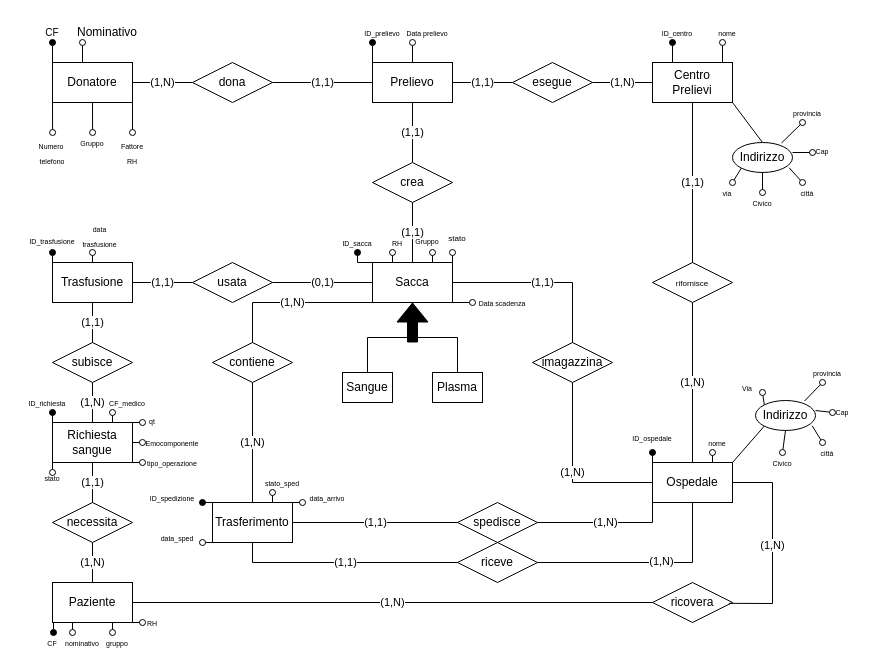
Before: BancaDelSangue.drawio in giovanniveronese07-del/ProgettoBasiDiDati, a draw.io diagram. Source tidied: cells renumbered, new cells numbered last; positions are measured from the earlier drawing's top-left corner, leaving out a move shared by most shapes. Both pictures are drawn from the tidied source at 100%, with x=0, y=0 at pixel (17, 17).
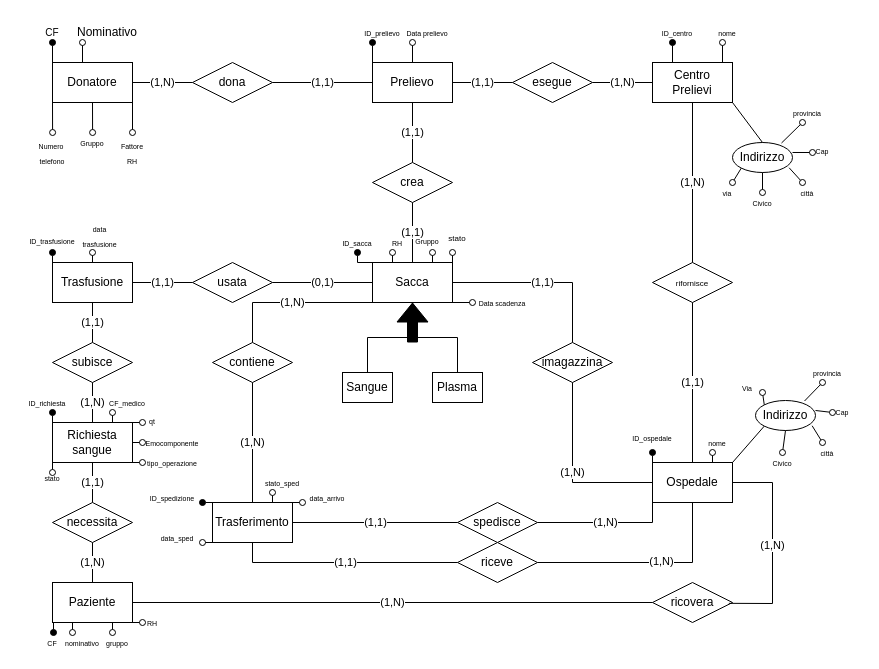
Above is the later version.

Commit message:
corresione modello ER

Unchanged cells that the change refers to:
```xml
<mxCell id="10" value="Centro&lt;div&gt;Prelievi&lt;/div&gt;" style="rounded=0;whiteSpace=wrap;html=1;" parent="1" vertex="1">
  <mxGeometry x="635" y="45" width="80" height="40" as="geometry" />
</mxCell>
<mxCell id="11" value="Ospedale" style="rounded=0;whiteSpace=wrap;html=1;" parent="1" vertex="1">
  <mxGeometry x="635" y="445" width="80" height="40" as="geometry" />
</mxCell>
<mxCell id="14" value="&lt;font style=&quot;font-size: 8px;&quot;&gt;rifornisce&lt;/font&gt;" style="rhombus;whiteSpace=wrap;html=1;" parent="1" vertex="1">
  <mxGeometry x="635" y="245" width="80" height="40" as="geometry" />
</mxCell>
```

Change to the diagram source:
```diff
@@
-    <mxCell id="46" value="(1,1)" style="endArrow=none;html=1;rounded=0;entryX=0.5;entryY=1;entryDx=0;entryDy=0;exitX=0.5;exitY=0;exitDx=0;exitDy=0;" parent="1" edge="1" source="14" target="10">
+    <mxCell id="46" value="(1,N)" style="endArrow=none;html=1;rounded=0;entryX=0.5;entryY=1;entryDx=0;entryDy=0;exitX=0.5;exitY=0;exitDx=0;exitDy=0;" parent="1" edge="1" source="14" target="10">
       <mxGeometry relative="1" as="geometry" />
     </mxCell>
-    <mxCell id="47" value="(1,N)" style="endArrow=none;html=1;rounded=0;entryX=0.5;entryY=1;entryDx=0;entryDy=0;exitX=0.5;exitY=0;exitDx=0;exitDy=0;" parent="1" edge="1" source="11" target="14">
+    <mxCell id="47" value="(1,1)" style="endArrow=none;html=1;rounded=0;entryX=0.5;entryY=1;entryDx=0;entryDy=0;exitX=0.5;exitY=0;exitDx=0;exitDy=0;" parent="1" edge="1" source="11" target="14">
       <mxGeometry relative="1" as="geometry" />
     </mxCell>
```
